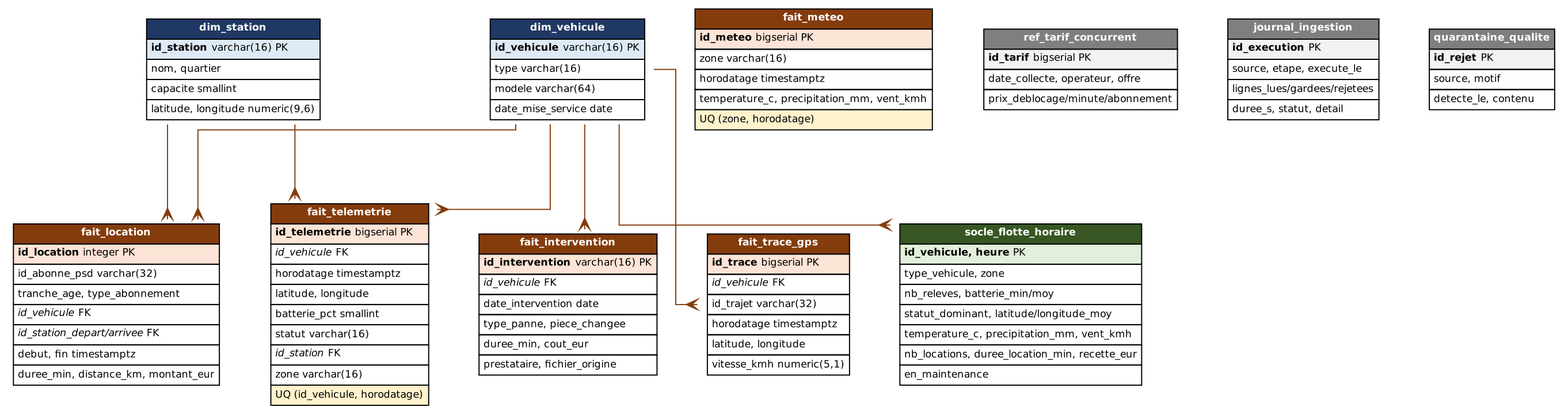
Before: docs/img/mpd.png, a diagram exported from Graphviz (Mohbad88/velopolis-data-platform). Its source is kept beside it as docs/img/mpd.dot.
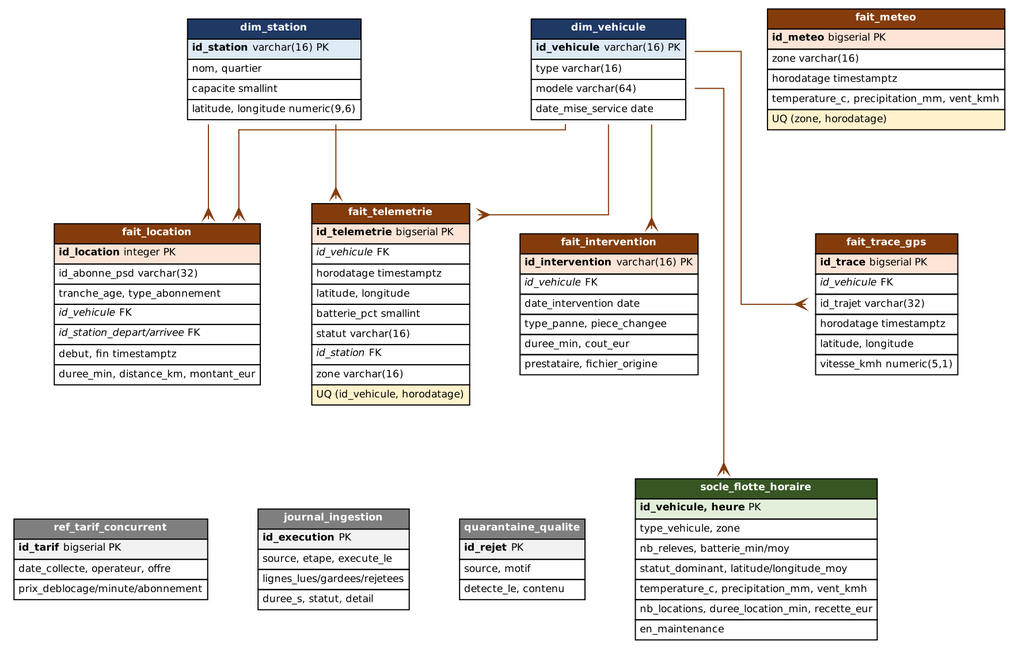
Above is the later version.

Change to the diagram source:
```diff
@@ -67,5 +67,9 @@
 <TR><TD ALIGN="LEFT">source, motif</TD></TR><TR><TD ALIGN="LEFT">detecte_le, contenu</TD></TR></TABLE>>];
 V -> T; V -> L; V -> I; V -> G; V -> H;
 S -> T; S -> L;
-{rank=same; C; J; Q;}
+{rank=same; V; S; M;}
+{rank=same; T; L; I; G;}
+{rank=same; H; C; J; Q;}
+T -> H [style=invis]; T -> C [style=invis]; T -> J [style=invis]; T -> Q [style=invis];
+M -> G [style=invis];
 }
```
